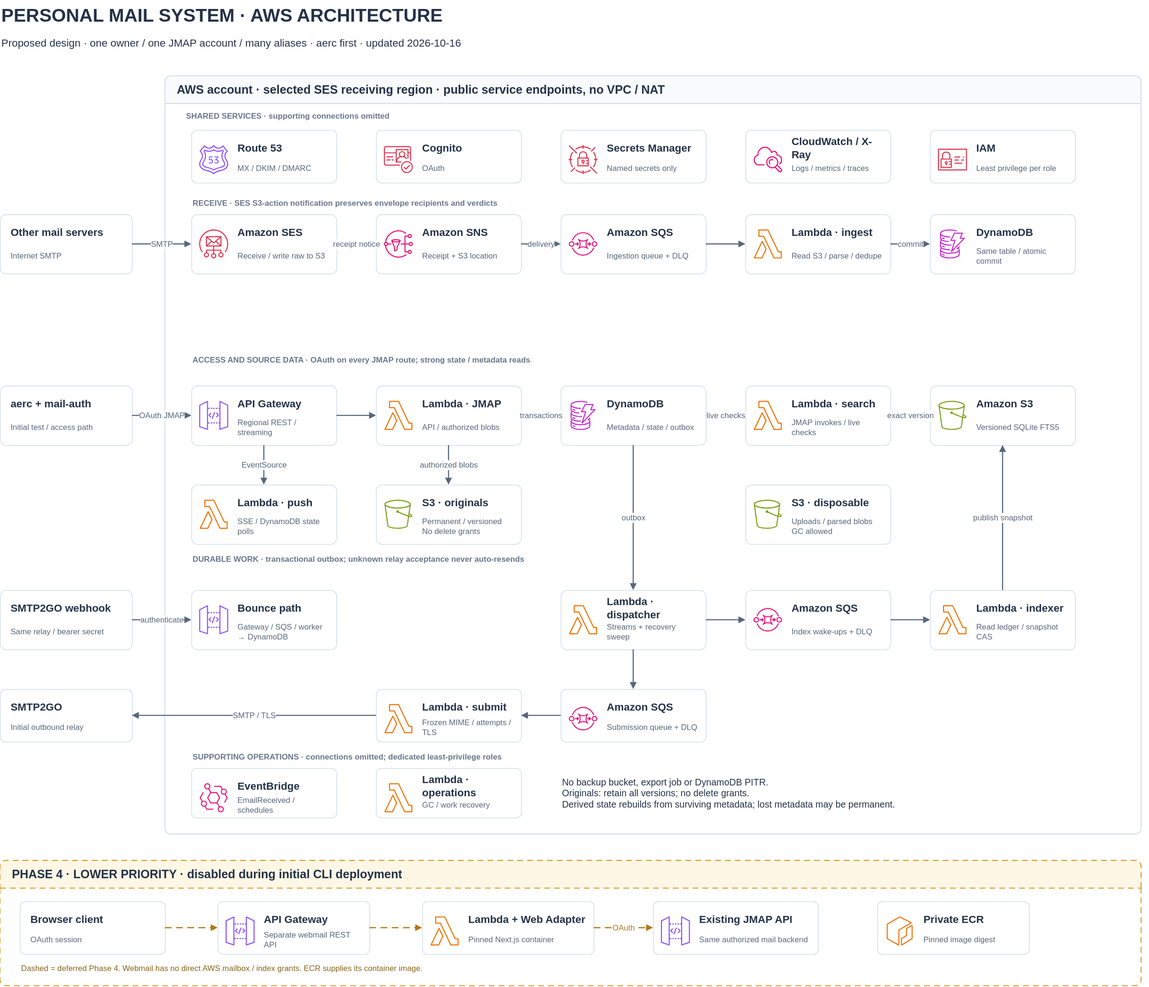
Earlier version of the draw.io export docs/diagrams/aws-mail-system.drawio.svg (zero11-0203/s3mail). Source tidied: cells renumbered, new cells last; positions are measured from the earlier drawing's top-left corner, leaving out a move shared by most shapes.
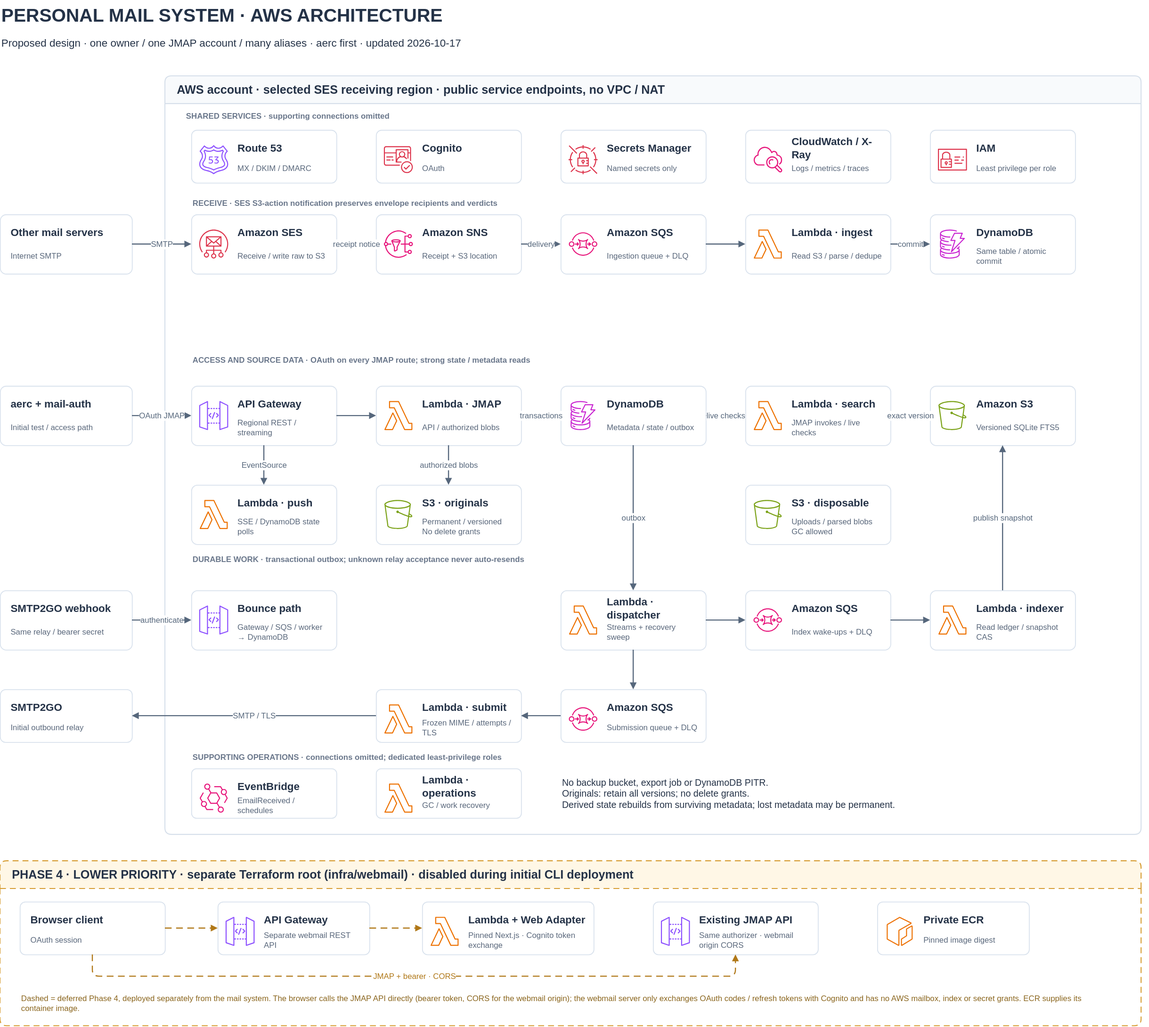
After the change.

Diff of the diagram source:
```diff
@@ -5,7 +5,7 @@
     <mxCell id="2" value="PERSONAL MAIL SYSTEM · AWS ARCHITECTURE" style="whiteSpace=wrap;fontFamily=Helvetica;fontColor=#243247;text;strokeColor=none;fillColor=none;align=left;verticalAlign=middle;fontSize=28;fontColor=#243247;fontStyle=1;html=1;" parent="1" vertex="1">
       <mxGeometry width="1740" height="45" as="geometry" />
     </mxCell>
-    <mxCell id="3" value="Proposed design · one owner / one JMAP account / many aliases · aerc first · updated 2026-10-16" style="whiteSpace=wrap;fontFamily=Helvetica;fontColor=#243247;text;strokeColor=none;fillColor=none;align=left;verticalAlign=middle;fontSize=16;fontColor=#243247;fontStyle=0;html=1;" parent="1" vertex="1">
+    <mxCell id="3" value="Proposed design · one owner / one JMAP account / many aliases · aerc first · updated 2026-10-17" style="whiteSpace=wrap;fontFamily=Helvetica;fontColor=#243247;text;strokeColor=none;fillColor=none;align=left;verticalAlign=middle;fontSize=16;fontColor=#243247;fontStyle=0;html=1;" parent="1" vertex="1">
       <mxGeometry y="50" width="1740" height="30" as="geometry" />
     </mxCell>
     <mxCell id="4" value="AWS account · selected SES receiving region · public service endpoints, no VPC / NAT" style="whiteSpace=wrap;fontFamily=Helvetica;fontColor=#243247;swimlane;startSize=42;rounded=1;arcSize=8;horizontal=1;align=left;spacingLeft=16;fontSize=18;fontStyle=1;strokeWidth=1.5;strokeColor=#D6DFEA;fillColor=#F8FAFC;swimlaneFillColor=#FFFFFF;html=1;" parent="1" vertex="1">
@@ -437,8 +437,8 @@
     <mxCell id="146" value="authenticate" style="edgeStyle=orthogonalEdgeStyle;rounded=1;html=1;endArrow=block;endFill=1;strokeColor=#56677C;strokeWidth=1.7;fontFamily=Helvetica;fontSize=12;fontColor=#56677C;labelBackgroundColor=#FFFFFF;" parent="1" edge="1" source="137" target="77">
       <mxGeometry relative="1" as="geometry" />
     </mxCell>
-    <mxCell id="147" value="PHASE 4 · LOWER PRIORITY · disabled during initial CLI deployment" style="whiteSpace=wrap;fontFamily=Helvetica;fontColor=#243247;swimlane;startSize=42;rounded=1;arcSize=8;horizontal=1;align=left;spacingLeft=16;fontSize=18;fontStyle=1;strokeWidth=1.5;strokeColor=#D69C32;fillColor=#FFF7E6;swimlaneFillColor=#FFFFFF;dashed=1;dashPattern=6 4;html=1;" parent="1" vertex="1">
-      <mxGeometry y="1305" width="1730" height="190" as="geometry" />
+    <mxCell id="147" value="PHASE 4 · LOWER PRIORITY · separate Terraform root (infra/webmail) · disabled during initial CLI deployment" style="whiteSpace=wrap;fontFamily=Helvetica;fontColor=#243247;swimlane;startSize=42;rounded=1;arcSize=8;horizontal=1;align=left;spacingLeft=16;fontSize=18;fontStyle=1;strokeWidth=1.5;strokeColor=#D69C32;fillColor=#FFF7E6;swimlaneFillColor=#FFFFFF;dashed=1;dashPattern=6 4;html=1;" parent="1" vertex="1">
+      <mxGeometry y="1305" width="1730" height="250" as="geometry" />
     </mxCell>
     <mxCell id="148" style="whiteSpace=wrap;fontFamily=Helvetica;fontColor=#243247;rounded=1;arcSize=10;strokeColor=#D9E2ED;fillColor=#FFFFFF;strokeWidth=1.3;html=1;" parent="147" vertex="1">
       <mxGeometry x="30" y="62" width="220" height="80" as="geometry" />
@@ -470,7 +470,7 @@
     <mxCell id="157" value="Lambda + Web Adapter" style="whiteSpace=wrap;fontFamily=Helvetica;fontColor=#243247;text;strokeColor=none;fillColor=none;align=left;verticalAlign=middle;fontSize=16;fontColor=#243247;fontStyle=1;html=1;" parent="155" vertex="1">
       <mxGeometry x="68" y="12" width="182" height="30" as="geometry" />
     </mxCell>
-    <mxCell id="158" value="Pinned Next.js container" style="whiteSpace=wrap;fontFamily=Helvetica;fontColor=#243247;text;strokeColor=none;fillColor=none;align=left;verticalAlign=middle;fontSize=12;fontColor=#59677B;fontStyle=0;html=1;" parent="155" vertex="1">
+    <mxCell id="158" value="Pinned Next.js · Cognito token exchange" style="whiteSpace=wrap;fontFamily=Helvetica;fontColor=#243247;text;strokeColor=none;fillColor=none;align=left;verticalAlign=middle;fontSize=12;fontColor=#59677B;fontStyle=0;html=1;" parent="155" vertex="1">
       <mxGeometry x="68" y="42" width="182" height="32" as="geometry" />
     </mxCell>
     <mxCell id="159" style="whiteSpace=wrap;fontFamily=Helvetica;fontColor=#243247;rounded=1;arcSize=10;strokeColor=#D9E2ED;fillColor=#FFFFFF;strokeWidth=1.3;html=1;" parent="147" vertex="1">
@@ -482,7 +482,7 @@
     <mxCell id="161" value="Existing JMAP API" style="whiteSpace=wrap;fontFamily=Helvetica;fontColor=#243247;text;strokeColor=none;fillColor=none;align=left;verticalAlign=middle;fontSize=16;fontColor=#243247;fontStyle=1;html=1;" parent="159" vertex="1">
       <mxGeometry x="68" y="12" width="172" height="30" as="geometry" />
     </mxCell>
-    <mxCell id="162" value="Same authorized mail backend" style="whiteSpace=wrap;fontFamily=Helvetica;fontColor=#243247;text;strokeColor=none;fillColor=none;align=left;verticalAlign=middle;fontSize=12;fontColor=#59677B;fontStyle=0;html=1;" parent="159" vertex="1">
+    <mxCell id="162" value="Same authorizer · webmail origin CORS" style="whiteSpace=wrap;fontFamily=Helvetica;fontColor=#243247;text;strokeColor=none;fillColor=none;align=left;verticalAlign=middle;fontSize=12;fontColor=#59677B;fontStyle=0;html=1;" parent="159" vertex="1">
       <mxGeometry x="68" y="42" width="172" height="32" as="geometry" />
     </mxCell>
     <mxCell id="163" style="whiteSpace=wrap;fontFamily=Helvetica;fontColor=#243247;rounded=1;arcSize=10;strokeColor=#D9E2ED;fillColor=#FFFFFF;strokeWidth=1.3;html=1;" parent="147" vertex="1">
@@ -503,11 +503,16 @@
     <mxCell id="168" style="edgeStyle=orthogonalEdgeStyle;rounded=1;html=1;endArrow=block;endFill=1;strokeColor=#B07818;strokeWidth=1.7;fontFamily=Helvetica;fontSize=12;fontColor=#B07818;labelBackgroundColor=#FFFFFF;dashed=1;dashPattern=6 4;" parent="147" edge="1" source="151" target="155">
       <mxGeometry relative="1" as="geometry" />
     </mxCell>
-    <mxCell id="169" value="OAuth" style="edgeStyle=orthogonalEdgeStyle;rounded=1;html=1;endArrow=block;endFill=1;strokeColor=#B07818;strokeWidth=1.7;fontFamily=Helvetica;fontSize=12;fontColor=#B07818;labelBackgroundColor=#FFFFFF;dashed=1;dashPattern=6 4;" parent="147" edge="1" source="155" target="159">
-      <mxGeometry relative="1" as="geometry" />
+    <mxCell id="169" value="JMAP + bearer · CORS" style="edgeStyle=orthogonalEdgeStyle;exitX=0.5;exitY=1;exitDx=0;exitDy=0;entryX=0.5;entryY=1;entryDx=0;entryDy=0;rounded=1;html=1;endArrow=block;endFill=1;strokeColor=#B07818;strokeWidth=1.7;fontFamily=Helvetica;fontSize=12;fontColor=#B07818;labelBackgroundColor=#FFFFFF;dashed=1;dashPattern=6 4;" parent="147" edge="1" source="148" target="159">
+      <mxGeometry relative="1" as="geometry">
+        <Array as="points">
+          <mxPoint x="140" y="175" />
+          <mxPoint x="1115" y="175" />
+        </Array>
+      </mxGeometry>
     </mxCell>
-    <mxCell id="170" value="Dashed = deferred Phase 4. Webmail has no direct AWS mailbox / index grants. ECR supplies its container image." style="whiteSpace=wrap;fontFamily=Helvetica;fontColor=#243247;text;strokeColor=none;fillColor=none;align=left;verticalAlign=middle;fontSize=12;fontColor=#8A651D;fontStyle=0;html=1;" parent="147" vertex="1">
-      <mxGeometry x="30" y="151" width="1650" height="26" as="geometry" />
+    <mxCell id="170" value="Dashed = deferred Phase 4, deployed separately from the mail system. The browser calls the JMAP API directly (bearer token, CORS for the webmail origin); the webmail server only exchanges OAuth codes / refresh tokens with Cognito and has no AWS mailbox, index or secret grants. ECR supplies its container image." style="whiteSpace=wrap;fontFamily=Helvetica;fontColor=#243247;text;strokeColor=none;fillColor=none;align=left;verticalAlign=middle;fontSize=12;fontColor=#8A651D;fontStyle=0;html=1;" parent="147" vertex="1">
+      <mxGeometry x="30" y="198" width="1650" height="36" as="geometry" />
     </mxCell>
   </root>
 </mxGraphModel>
```
